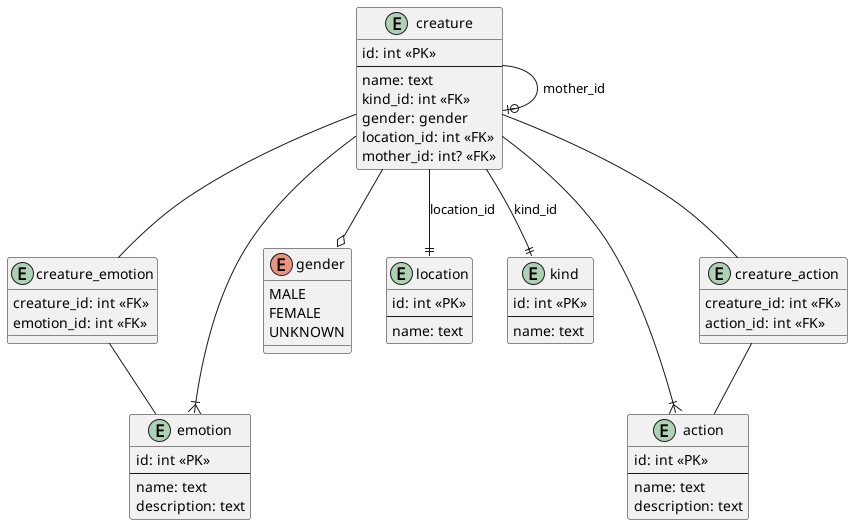
Above: doc/lab-1/report/img/low-er-diagram.png in vityaman-edu/db-labs-basic (PlantUML), before the change.
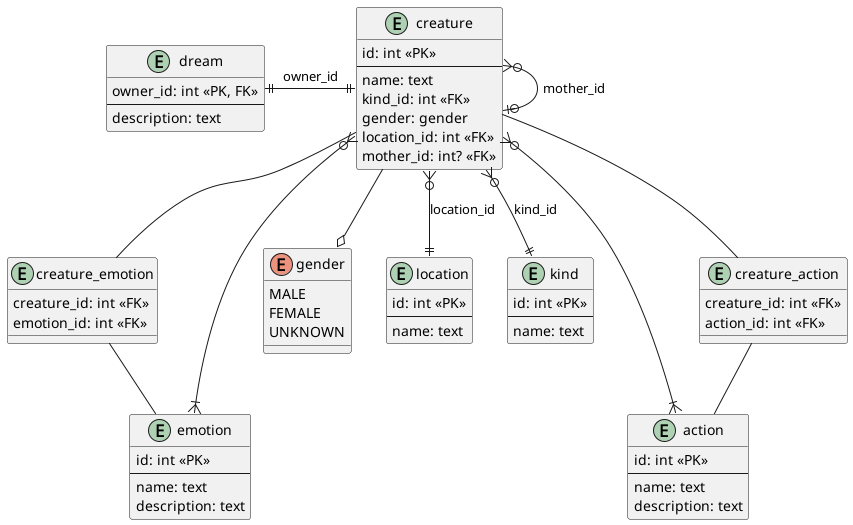
After the change.

Commit message:
[lab][1][doc] updated report: diagrams images, sql listings

Change to the diagram source:
```diff
@@ -8,6 +8,12 @@
     gender: gender
     location_id: int <<FK>>
     mother_id: int? <<FK>>
+}
+
+entity dream {
+    owner_id: int <<PK, FK>>
+    --
+    description: text
 }
 
 entity emotion {
@@ -52,15 +58,16 @@
     action_id: int <<FK>>
 }
 
-creature --||kind : kind_id
-creature --||location : location_id
-creature --o| creature : mother_id
+creature }o-d-||kind : kind_id
+creature }o-d-||location : location_id
+creature }o-d-o| creature : mother_id
+creature ||-l-|| dream : owner_id
 
-creature --|{ emotion
+creature }o-d-|{ emotion
 creature -- creature_emotion
 creature_emotion -- emotion
 
-creature --|{ action
+creature }o-d-|{ action
 creature -- creature_action
 creature_action -- action
 
```
